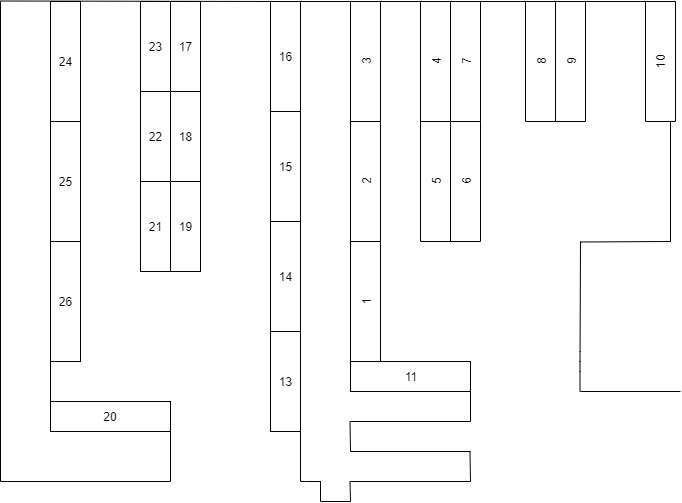
Earlier version of the draw.io export doc/D区驿站平面图.png (2685508440/Parcel_Delivery_Opt). Source tidied: cells renumbered, new cells last; positions are measured from the earlier drawing's top-left corner, leaving out a move shared by most shapes.
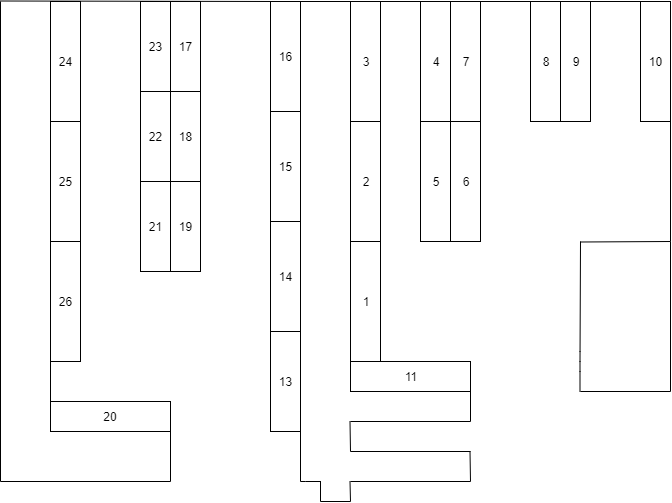
The same file after the commit.

Commit message:
Update D区驿站平面图.png

Change to the diagram source:
```diff
@@ -5,37 +5,37 @@
     <mxCell id="2" value="11" style="rounded=0;whiteSpace=wrap;html=1;" parent="1" vertex="1">
       <mxGeometry x="350" y="360" width="120" height="30" as="geometry" />
     </mxCell>
-    <mxCell id="3" value="1" style="rounded=0;whiteSpace=wrap;html=1;rotation=-90;" parent="1" vertex="1">
-      <mxGeometry x="305" y="285" width="120" height="30" as="geometry" />
+    <mxCell id="3" value="1" style="rounded=0;whiteSpace=wrap;html=1;rotation=0;" parent="1" vertex="1">
+      <mxGeometry x="350" y="240" width="30" height="120" as="geometry" />
     </mxCell>
-    <mxCell id="4" value="2" style="rounded=0;whiteSpace=wrap;html=1;rotation=-90;" parent="1" vertex="1">
-      <mxGeometry x="305" y="165" width="120" height="30" as="geometry" />
+    <mxCell id="4" value="2" style="rounded=0;whiteSpace=wrap;html=1;rotation=0;" parent="1" vertex="1">
+      <mxGeometry x="350" y="120" width="30" height="120" as="geometry" />
     </mxCell>
-    <mxCell id="5" value="3" style="rounded=0;whiteSpace=wrap;html=1;rotation=-90;" parent="1" vertex="1">
-      <mxGeometry x="305" y="45" width="120" height="30" as="geometry" />
+    <mxCell id="5" value="3" style="rounded=0;whiteSpace=wrap;html=1;rotation=0;" parent="1" vertex="1">
+      <mxGeometry x="350" width="30" height="120" as="geometry" />
     </mxCell>
-    <mxCell id="6" value="6" style="rounded=0;whiteSpace=wrap;html=1;rotation=-90;" parent="1" vertex="1">
-      <mxGeometry x="405" y="165" width="120" height="30" as="geometry" />
+    <mxCell id="6" value="6" style="rounded=0;whiteSpace=wrap;html=1;rotation=0;" parent="1" vertex="1">
+      <mxGeometry x="450" y="120" width="30" height="120" as="geometry" />
     </mxCell>
-    <mxCell id="7" value="5" style="rounded=0;whiteSpace=wrap;html=1;rotation=-90;" parent="1" vertex="1">
-      <mxGeometry x="375" y="165" width="120" height="30" as="geometry" />
+    <mxCell id="7" value="5" style="rounded=0;whiteSpace=wrap;html=1;rotation=0;" parent="1" vertex="1">
+      <mxGeometry x="420" y="120" width="30" height="120" as="geometry" />
     </mxCell>
-    <mxCell id="8" value="7" style="rounded=0;whiteSpace=wrap;html=1;rotation=-90;" parent="1" vertex="1">
-      <mxGeometry x="405" y="45" width="120" height="30" as="geometry" />
+    <mxCell id="8" value="7" style="rounded=0;whiteSpace=wrap;html=1;rotation=0;" parent="1" vertex="1">
+      <mxGeometry x="450" width="30" height="120" as="geometry" />
     </mxCell>
-    <mxCell id="9" value="4" style="rounded=0;whiteSpace=wrap;html=1;rotation=-90;" parent="1" vertex="1">
-      <mxGeometry x="375" y="45" width="120" height="30" as="geometry" />
+    <mxCell id="9" value="4" style="rounded=0;whiteSpace=wrap;html=1;rotation=0;" parent="1" vertex="1">
+      <mxGeometry x="420" width="30" height="120" as="geometry" />
     </mxCell>
-    <mxCell id="10" value="8" style="rounded=0;whiteSpace=wrap;html=1;rotation=-90;" parent="1" vertex="1">
-      <mxGeometry x="480" y="45" width="120" height="30" as="geometry" />
+    <mxCell id="10" value="8" style="rounded=0;whiteSpace=wrap;html=1;rotation=0;" parent="1" vertex="1">
+      <mxGeometry x="530" width="30" height="120" as="geometry" />
     </mxCell>
-    <mxCell id="11" value="9" style="rounded=0;whiteSpace=wrap;html=1;rotation=-90;" parent="1" vertex="1">
-      <mxGeometry x="510" y="45" width="120" height="30" as="geometry" />
+    <mxCell id="11" value="9" style="rounded=0;whiteSpace=wrap;html=1;rotation=0;" parent="1" vertex="1">
+      <mxGeometry x="560" width="30" height="120" as="geometry" />
     </mxCell>
     <mxCell id="12" style="endArrow=none;html=1;" parent="1" edge="1">
       <mxGeometry relative="1" as="geometry">
         <mxPoint x="580" y="390" as="sourcePoint" />
-        <mxPoint x="680" y="390" as="targetPoint" />
+        <mxPoint x="670" y="390" as="targetPoint" />
       </mxGeometry>
     </mxCell>
     <mxCell id="13" style="endArrow=none;html=1;" parent="1" edge="1">
@@ -59,8 +59,8 @@
         <mxPoint x="670" y="120" as="targetPoint" />
       </mxGeometry>
     </mxCell>
-    <mxCell id="16" value="10" style="rounded=0;whiteSpace=wrap;html=1;rotation=-90;" parent="1" vertex="1">
-      <mxGeometry x="600" y="45" width="120" height="30" as="geometry" />
+    <mxCell id="16" value="10" style="rounded=0;whiteSpace=wrap;html=1;rotation=0;" parent="1" vertex="1">
+      <mxGeometry x="640" width="30" height="120" as="geometry" />
     </mxCell>
     <mxCell id="17" style="endArrow=none;html=1;" parent="1" edge="1">
       <mxGeometry relative="1" as="geometry">
@@ -131,14 +131,6 @@
         </Array>
       </mxGeometry>
     </mxCell>
-    <mxCell id="28" style="endArrow=none;html=1;exitX=1;exitY=0.25;exitDx=0;exitDy=0;" parent="1" edge="1" source="5">
-      <mxGeometry relative="1" as="geometry">
-        <mxPoint x="300" as="targetPoint" />
-        <Array as="points">
-          <mxPoint x="320.5" />
-        </Array>
-      </mxGeometry>
-    </mxCell>
     <mxCell id="29" value="13" style="rounded=0;whiteSpace=wrap;html=1;" parent="1" vertex="1">
       <mxGeometry x="270" y="330" width="30" height="100" as="geometry" />
     </mxCell>
@@ -216,5 +208,17 @@
         <mxPoint x="50" y="360" as="targetPoint" />
       </mxGeometry>
     </mxCell>
+    <mxCell id="49" style="endArrow=none;html=1;" parent="1" edge="1">
+      <mxGeometry relative="1" as="geometry">
+        <mxPoint x="670" y="390" as="sourcePoint" />
+        <mxPoint x="670" y="240" as="targetPoint" />
+      </mxGeometry>
+    </mxCell>
+    <mxCell id="50" style="endArrow=none;html=1;" parent="1" edge="1">
+      <mxGeometry relative="1" as="geometry">
+        <mxPoint x="300" as="sourcePoint" />
+        <mxPoint x="350" as="targetPoint" />
+      </mxGeometry>
+    </mxCell>
   </root>
 </mxGraphModel>
```
